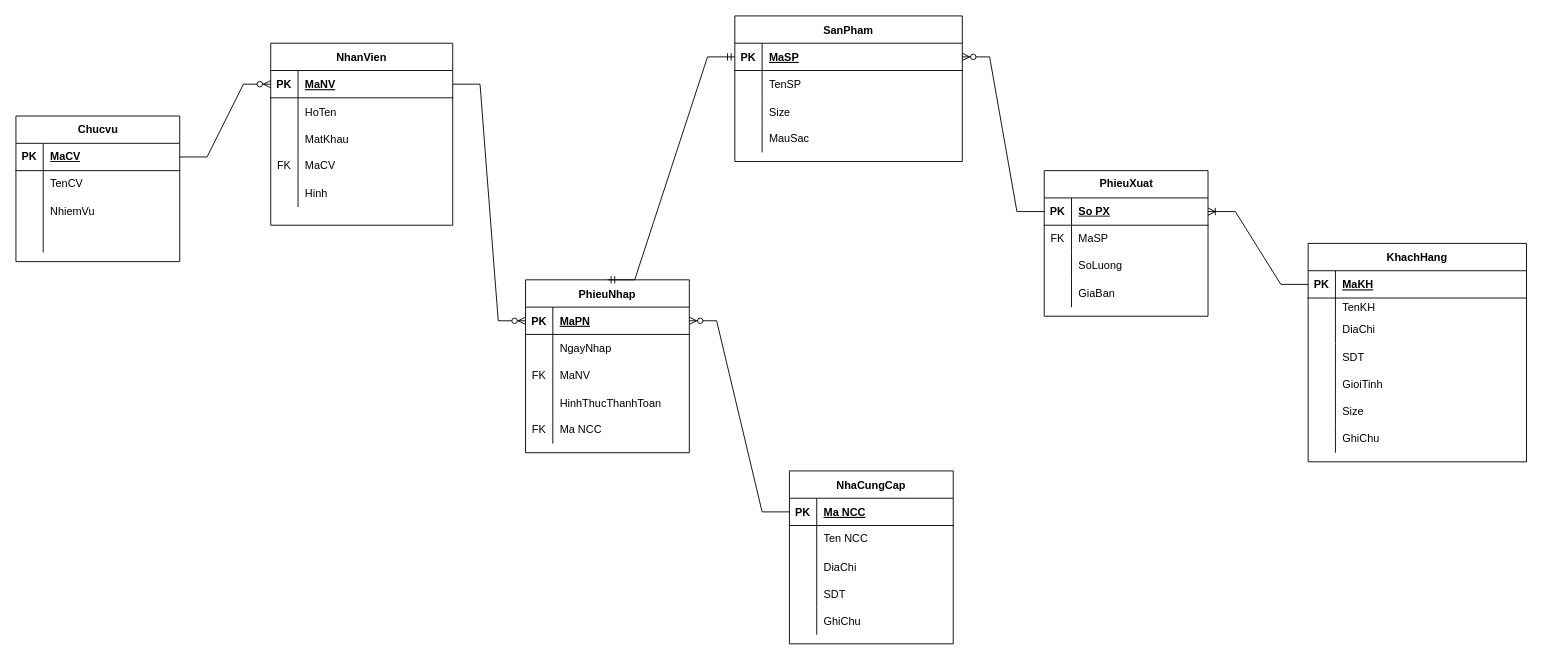
Before: ERD.drawio in Westeros091/Snethlios, a draw.io diagram. Source tidied: cells renumbered, new cells numbered last; positions are measured from the earlier drawing's top-left corner, leaving out a move shared by most shapes. Both pictures are drawn from the tidied source at 91%, with x=0, y=0 at pixel (15, 15).
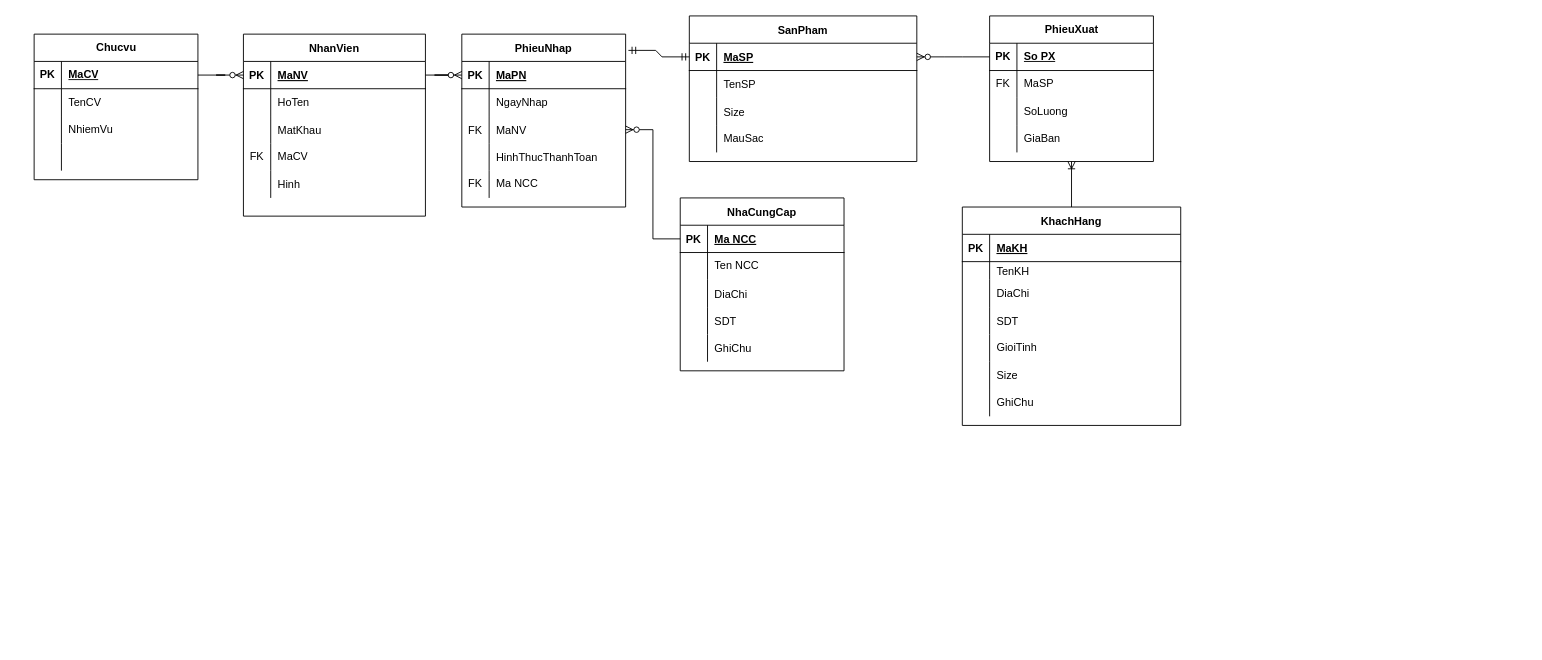
After the change.

Commit message (it also covers changes not shown here):
Hieu: xoa ..drawio.bkp, thu gon hinh erd trong ERD.drawio

The change refers to these unchanged cells:
```xml
<mxCell id="3" style="shape=partialRectangle;fillColor=none;points=[[0,0.5],[1,0.5]];portConstraint=eastwest;top=0;left=0;right=0;bottom=1;" parent="2" vertex="1">
  <mxGeometry y="30" width="250" height="30" as="geometry" />
</mxCell>
<mxCell id="16" style="shape=partialRectangle;fillColor=none;points=[[0,0.5],[1,0.5]];portConstraint=eastwest;top=0;left=0;right=0;bottom=1;" parent="15" vertex="1">
  <mxGeometry y="30" width="240" height="30" as="geometry" />
</mxCell>
<mxCell id="54" style="shape=tableRow;horizontal=0;startSize=0;swimlaneHead=0;swimlaneBody=0;fillColor=none;points=[[0,0.5],[1,0.5]];portConstraint=eastwest;top=0;left=0;right=0;bottom=1;" parent="53" vertex="1">
  <mxGeometry y="30" width="180" height="30" as="geometry" />
</mxCell>
<mxCell id="60" style="shape=tableRow;horizontal=0;startSize=0;swimlaneHead=0;swimlaneBody=0;fillColor=none;points=[[0,0.5],[1,0.5]];portConstraint=eastwest;top=0;left=0;right=0;bottom=0;" parent="53" vertex="1">
  <mxGeometry y="90" width="180" height="30" as="geometry" />
</mxCell>
<mxCell id="70" style="shape=tableRow;horizontal=0;startSize=0;swimlaneHead=0;swimlaneBody=0;fillColor=none;points=[[0,0.5],[1,0.5]];portConstraint=eastwest;top=0;left=0;right=0;bottom=1;" parent="69" vertex="1">
  <mxGeometry y="30" width="180" height="30" as="geometry" />
</mxCell>
<mxCell id="101" style="shape=tableRow;horizontal=0;startSize=0;swimlaneHead=0;swimlaneBody=0;fillColor=none;points=[[0,0.5],[1,0.5]];portConstraint=eastwest;top=0;left=0;right=0;bottom=1;labelBackgroundColor=none;html=1;" parent="100" vertex="1">
  <mxGeometry y="30" width="180" height="30" as="geometry" />
</mxCell>
```

Change to the diagram source:
```diff
@@
     <mxCell id="2" value="SanPham" style="shape=table;startSize=30;childLayout=tableLayout;rowLines=0;fontStyle=1;align=center;" parent="1" vertex="1">
-      <mxGeometry x="790" width="250" height="160" as="geometry" />
+      <mxGeometry x="740" width="250" height="160" as="geometry" />
     </mxCell>
@@
     <mxCell id="15" value="KhachHang" style="shape=table;startSize=30;childLayout=tableLayout;rowLines=0;fontStyle=1;align=center;" parent="1" vertex="1">
-      <mxGeometry x="1420" y="250" width="240" height="240" as="geometry" />
+      <mxGeometry x="1040" y="210" width="240" height="240" as="geometry" />
     </mxCell>
@@
     <mxCell id="37" value="NhanVien" style="shape=table;startSize=30;childLayout=tableLayout;rowLines=0;fontStyle=1;align=center;" parent="1" vertex="1">
-      <mxGeometry x="280" y="30" width="200" height="200" as="geometry" />
+      <mxGeometry x="250" y="20" width="200" height="200" as="geometry" />
     </mxCell>
@@
     <mxCell id="53" value="PhieuNhap" style="shape=table;startSize=30;childLayout=tableLayout;rowLines=0;fontStyle=1;align=center;" parent="1" vertex="1">
-      <mxGeometry x="560" y="290" width="180" height="190" as="geometry" />
+      <mxGeometry x="490" y="20" width="180" height="190" as="geometry" />
     </mxCell>
@@
     <mxCell id="69" value="NhaCungCap" style="shape=table;startSize=30;childLayout=tableLayout;rowLines=0;fontStyle=1;align=center;" parent="1" vertex="1">
-      <mxGeometry x="850" y="500" width="180" height="190" as="geometry" />
+      <mxGeometry x="730" y="200" width="180" height="190" as="geometry" />
     </mxCell>
@@
     <mxCell id="86" value="Chucvu" style="shape=table;startSize=30;childLayout=tableLayout;rowLines=0;fontStyle=1;align=center;labelBackgroundColor=none;html=1;" parent="1" vertex="1">
-      <mxGeometry y="110" width="180" height="160" as="geometry" />
+      <mxGeometry x="20" y="20" width="180" height="160" as="geometry" />
     </mxCell>
@@
-    <mxCell id="99" style="edgeStyle=entityRelationEdgeStyle;fontSize=12;html=1;endArrow=ERzeroToMany;endFill=1;rounded=0;exitX=0;exitY=0.5;exitDx=0;exitDy=0;entryX=1;entryY=0.5;entryDx=0;entryDy=0;" parent="1" edge="1" source="70" target="54">
+    <mxCell id="99" style="edgeStyle=entityRelationEdgeStyle;fontSize=12;html=1;endArrow=ERzeroToMany;endFill=1;rounded=0;exitX=0;exitY=0.5;exitDx=0;exitDy=0;entryX=1;entryY=0.5;entryDx=0;entryDy=0;" parent="1" edge="1" source="70" target="60">
       <mxGeometry relative="1" as="geometry" />
     </mxCell>
     <mxCell id="100" value="PhieuXuat" style="shape=table;startSize=30;childLayout=tableLayout;rowLines=0;fontStyle=1;align=center;labelBackgroundColor=none;html=1;" parent="1" vertex="1">
-      <mxGeometry x="1130" y="170" width="180" height="160" as="geometry" />
+      <mxGeometry x="1070" width="180" height="160" as="geometry" />
     </mxCell>
@@
-    <mxCell id="116" style="edgeStyle=entityRelationEdgeStyle;fontSize=12;html=1;endArrow=ERmandOne;startArrow=ERmandOne;rounded=0;entryX=0;entryY=0.5;entryDx=0;entryDy=0;exitX=0.5;exitY=0;exitDx=0;exitDy=0;" parent="1" edge="1" source="53" target="3">
+    <mxCell id="116" style="edgeStyle=entityRelationEdgeStyle;fontSize=12;html=1;endArrow=ERmandOne;startArrow=ERmandOne;rounded=0;entryX=0;entryY=0.5;entryDx=0;entryDy=0;exitX=1.017;exitY=0.094;exitDx=0;exitDy=0;exitPerimeter=0;" parent="1" edge="1" source="53" target="3">
       <mxGeometry relative="1" as="geometry" />
     </mxCell>
-    <mxCell id="117" style="edgeStyle=entityRelationEdgeStyle;fontSize=12;html=1;endArrow=ERoneToMany;rounded=0;entryX=1;entryY=0.5;entryDx=0;entryDy=0;exitX=0;exitY=0.5;exitDx=0;exitDy=0;" parent="1" edge="1" source="16" target="101">
+    <mxCell id="117" style="fontSize=12;html=1;endArrow=ERoneToMany;rounded=0;exitX=0.5;exitY=0;exitDx=0;exitDy=0;entryX=0.5;entryY=1;entryDx=0;entryDy=0;" parent="1" edge="1" source="15" target="100">
       <mxGeometry relative="1" as="geometry" />
     </mxCell>
```
